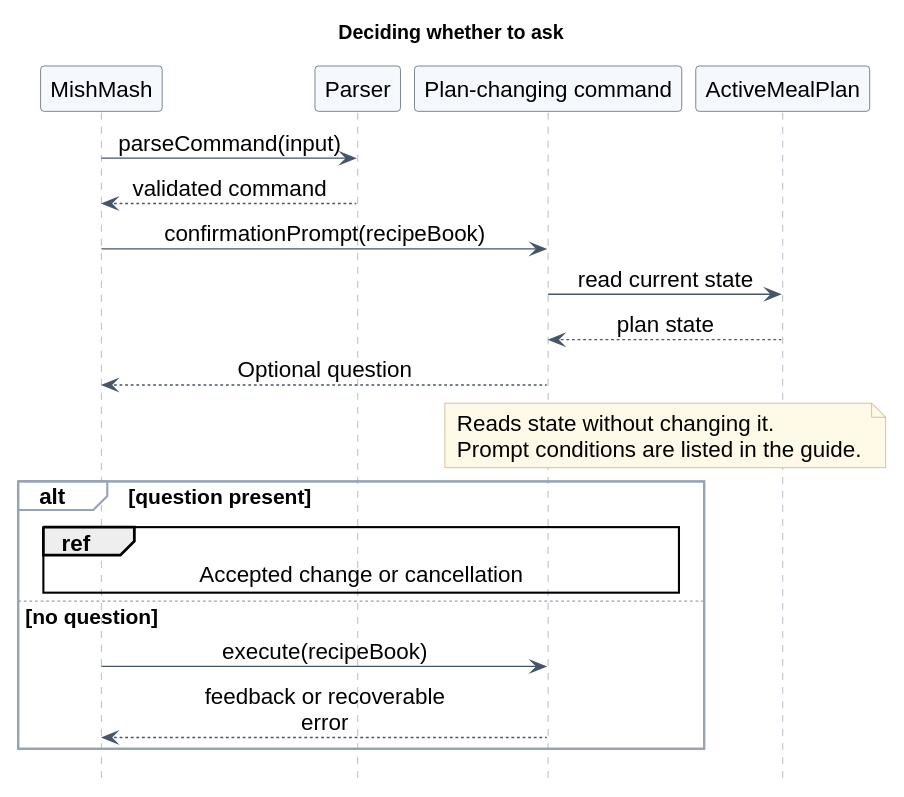
Above: docs/images/confirm-plan/decision.svg in AY2627S1-CS2113-W13-4/tp (PlantUML), before the change. Source of this version:
```plantuml
@startuml
!include ../shortfall/readable.iuml
title Deciding whether to ask
participant MishMash
participant Parser
participant "Plan-changing command" as Command
participant ActiveMealPlan as Active
MishMash -> Parser : parseCommand(input)
Parser --> MishMash : validated command
MishMash -> Command : confirmationPrompt(recipeBook)
Command -> Active : read current state
Active --> Command : plan state
Command --> MishMash : Optional question
note over Command, Active
  Reads state without changing it.
  Prompt conditions are listed in the guide.
end note
alt question present
  ref over MishMash, Command : Accepted change or cancellation
else no question
  MishMash -> Command : execute(recipeBook)
  Command --> MishMash : feedback or recoverable error
end
@enduml
```
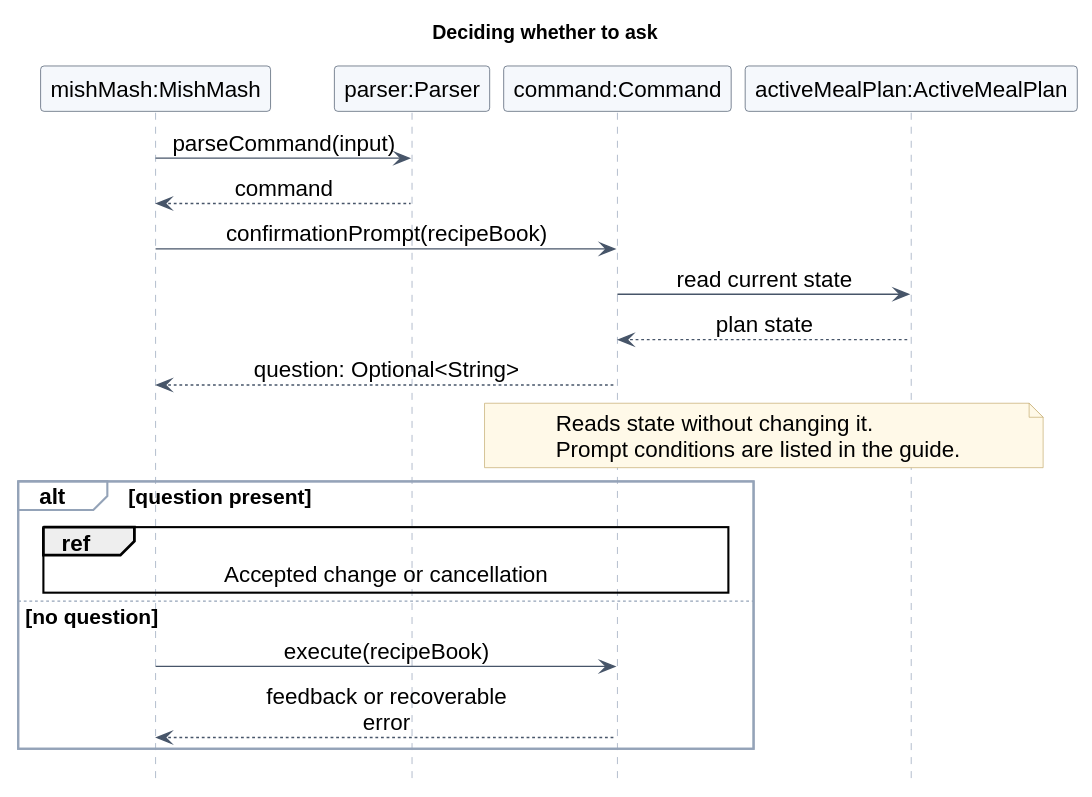
Later version of the same file.

Diff of the diagram source:
```diff
@@ -1,16 +1,16 @@
 @startuml
 !include ../shortfall/readable.iuml
 title Deciding whether to ask
-participant MishMash
-participant Parser
-participant "Plan-changing command" as Command
-participant ActiveMealPlan as Active
+participant "mishMash:MishMash" as MishMash
+participant "parser:Parser" as Parser
+participant "command:Command" as Command
+participant "activeMealPlan:ActiveMealPlan" as Active
 MishMash -> Parser : parseCommand(input)
-Parser --> MishMash : validated command
+Parser --> MishMash : command
 MishMash -> Command : confirmationPrompt(recipeBook)
 Command -> Active : read current state
 Active --> Command : plan state
-Command --> MishMash : Optional question
+Command --> MishMash : question: Optional<String>
 note over Command, Active
   Reads state without changing it.
   Prompt conditions are listed in the guide.
```
